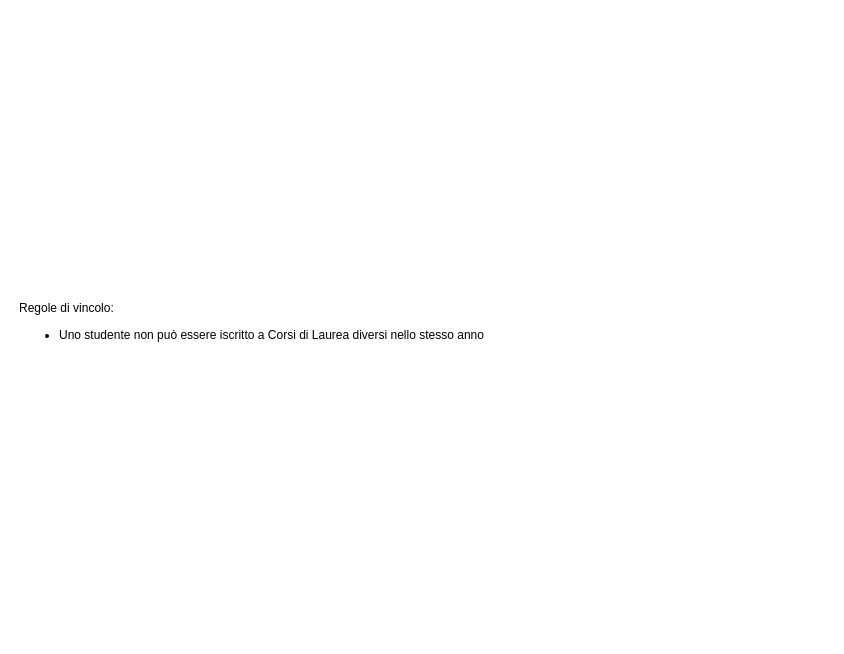
This is page "Regole di vincolo" (2 of 3) of Olimpiadi studentesche.drawio from giovannivelludo/database-project, a draw.io file, before an edit. Source tidied: cells renumbered, new cells numbered last; positions are measured from the earlier drawing's top-left corner, leaving out a move shared by most shapes. Both pictures are drawn from the tidied source at 100%, with x=0, y=0 at pixel (17, 17).
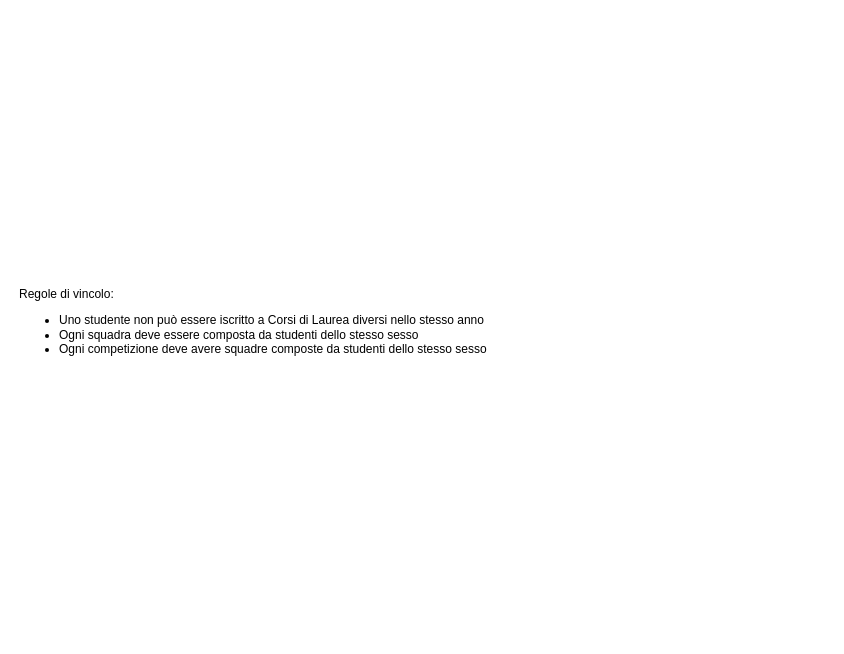
The same diagram, later.

Commit message (it also covers changes not shown here):
Corso di laurea è entità debole rispetto ad Università

Diff of the diagram source:
```diff
@@
 <mxGraphModel>
   <root>
     <mxCell id="0" />
     <mxCell id="1" parent="0" />
-    <mxCell id="2" value="&lt;div&gt;Regole di vincolo:&lt;/div&gt;&lt;div&gt;&lt;ul&gt;&lt;li&gt;Uno studente non può essere iscritto a Corsi di Laurea diversi nello stesso anno&lt;br&gt;&lt;/li&gt;&lt;/ul&gt;&lt;/div&gt;" style="text;html=1;strokeColor=none;fillColor=none;align=left;verticalAlign=middle;whiteSpace=wrap;rounded=0;" parent="1" vertex="1">
+    <mxCell id="2" value="&lt;div&gt;Regole di vincolo:&lt;/div&gt;&lt;div&gt;&lt;ul&gt;&lt;li&gt;Uno studente non può essere iscritto a Corsi di Laurea diversi nello stesso anno&lt;/li&gt;&lt;li&gt;Ogni squadra deve essere composta da studenti dello stesso sesso&lt;/li&gt;&lt;li&gt;Ogni competizione deve avere squadre composte da studenti dello stesso sesso&lt;br&gt;&lt;/li&gt;&lt;/ul&gt;&lt;/div&gt;" style="text;html=1;strokeColor=none;fillColor=none;align=left;verticalAlign=middle;whiteSpace=wrap;rounded=0;" parent="1" vertex="1">
       <mxGeometry width="810" height="620" as="geometry" />
     </mxCell>
   </root>
 </mxGraphModel>
```
